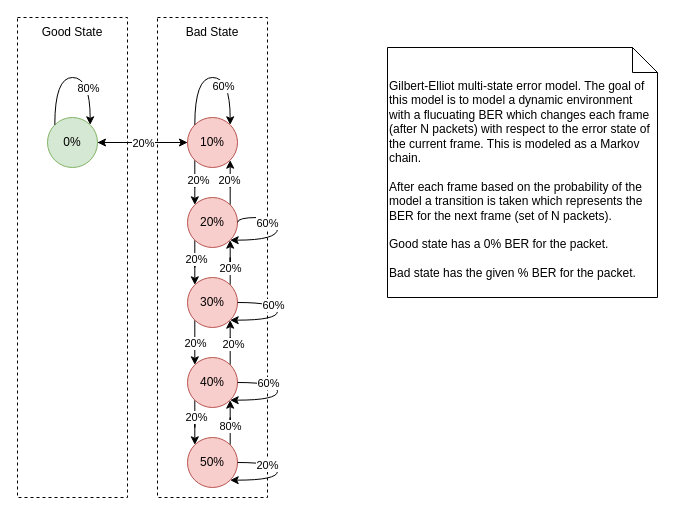
Above: error_markov_model.drawio in jason-gerard/Adaptive-FEC-WebRTC (draw.io), before the change. Source tidied: cells renumbered, new cells numbered last; positions are measured from the earlier drawing's top-left corner, leaving out a move shared by most shapes. Both pictures are drawn from the tidied source at 100%, with x=0, y=0 at pixel (17, 17).
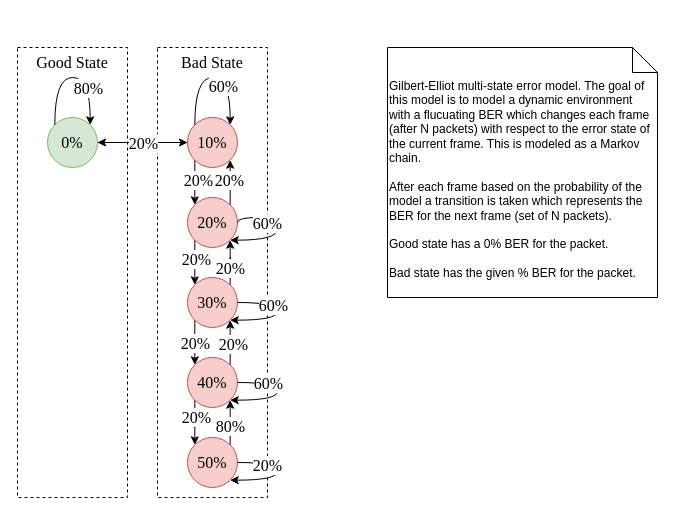
The same diagram, later.

Diff of the diagram source:
```diff
@@
-    <mxCell id="2" style="rounded=0;whiteSpace=wrap;html=1;fillColor=none;dashed=1;" parent="1" vertex="1">
-      <mxGeometry width="110" height="480" as="geometry" />
+    <mxCell id="2" style="rounded=0;whiteSpace=wrap;html=1;fillColor=none;dashed=1;fontFamily=Times New Roman;fontSize=16;" parent="1" vertex="1">
+      <mxGeometry y="30" width="110" height="450" as="geometry" />
     </mxCell>
-    <mxCell id="3" style="rounded=0;whiteSpace=wrap;html=1;fillColor=none;dashed=1;" parent="1" vertex="1">
-      <mxGeometry x="140" width="110" height="480" as="geometry" />
+    <mxCell id="3" style="rounded=0;whiteSpace=wrap;html=1;fillColor=none;dashed=1;fontFamily=Times New Roman;fontSize=16;" parent="1" vertex="1">
+      <mxGeometry x="140" y="30" width="110" height="450" as="geometry" />
     </mxCell>
-    <mxCell id="4" style="edgeStyle=orthogonalEdgeStyle;rounded=0;jettySize=auto;html=1;exitX=1;exitY=0.5;exitDx=0;exitDy=0;curved=1;" parent="1" edge="1" source="5" target="10">
+    <mxCell id="4" style="edgeStyle=orthogonalEdgeStyle;rounded=0;jettySize=auto;html=1;exitX=1;exitY=0.5;exitDx=0;exitDy=0;curved=1;fontFamily=Times New Roman;fontSize=16;" parent="1" edge="1" source="5" target="10">
       <mxGeometry relative="1" as="geometry">
         <Array as="points">
           <mxPoint x="90" y="125" />
         </Array>
       </mxGeometry>
     </mxCell>
-    <mxCell id="5" value="0%" style="ellipse;whiteSpace=wrap;html=1;fillColor=#d5e8d4;strokeColor=#82b366;" parent="1" vertex="1">
+    <mxCell id="5" value="0%" style="ellipse;whiteSpace=wrap;html=1;fillColor=#d5e8d4;strokeColor=#82b366;fontFamily=Times New Roman;fontSize=16;" parent="1" vertex="1">
       <mxGeometry x="30" y="100" width="50" height="50" as="geometry" />
     </mxCell>
-    <mxCell id="6" style="edgeStyle=orthogonalEdgeStyle;rounded=0;jettySize=auto;html=1;exitX=0;exitY=1;exitDx=0;exitDy=0;entryX=0;entryY=0;entryDx=0;entryDy=0;" parent="1" edge="1" source="10" target="15">
+    <mxCell id="6" style="edgeStyle=orthogonalEdgeStyle;rounded=0;jettySize=auto;html=1;exitX=0;exitY=1;exitDx=0;exitDy=0;entryX=0;entryY=0;entryDx=0;entryDy=0;fontFamily=Times New Roman;fontSize=16;" parent="1" edge="1" source="10" target="15">
       <mxGeometry relative="1" as="geometry" />
     </mxCell>
-    <mxCell id="7" value="20%" style="edgeLabel;html=1;align=center;verticalAlign=middle;" parent="6" vertex="1">
+    <mxCell id="7" value="20%" style="edgeLabel;html=1;align=center;verticalAlign=middle;fontFamily=Times New Roman;fontSize=16;" parent="6" vertex="1">
       <mxGeometry x="0.34" y="-3" relative="1" as="geometry">
         <mxPoint x="6" y="-3" as="offset" />
       </mxGeometry>
     </mxCell>
-    <mxCell id="8" style="edgeStyle=orthogonalEdgeStyle;rounded=0;jettySize=auto;html=1;exitX=0;exitY=0.5;exitDx=0;exitDy=0;entryX=1;entryY=0.5;entryDx=0;entryDy=0;curved=1;" parent="1" edge="1" source="10" target="5">
+    <mxCell id="8" style="edgeStyle=orthogonalEdgeStyle;rounded=0;jettySize=auto;html=1;exitX=0;exitY=0.5;exitDx=0;exitDy=0;entryX=1;entryY=0.5;entryDx=0;entryDy=0;curved=1;fontFamily=Times New Roman;fontSize=16;" parent="1" edge="1" source="10" target="5">
       <mxGeometry relative="1" as="geometry" />
     </mxCell>
-    <mxCell id="9" value="20%" style="edgeLabel;html=1;align=center;verticalAlign=middle;" parent="8" vertex="1">
+    <mxCell id="9" value="20%" style="edgeLabel;html=1;align=center;verticalAlign=middle;fontFamily=Times New Roman;fontSize=16;" parent="8" vertex="1">
       <mxGeometry x="0.31" y="-2" relative="1" as="geometry">
         <mxPoint x="14" y="2" as="offset" />
       </mxGeometry>
     </mxCell>
-    <mxCell id="10" value="10%" style="ellipse;whiteSpace=wrap;html=1;fillColor=#f8cecc;strokeColor=#b85450;" parent="1" vertex="1">
+    <mxCell id="10" value="10%" style="ellipse;whiteSpace=wrap;html=1;fillColor=#f8cecc;strokeColor=#b85450;fontFamily=Times New Roman;fontSize=16;" parent="1" vertex="1">
       <mxGeometry x="170" y="100" width="50" height="50" as="geometry" />
     </mxCell>
-    <mxCell id="11" style="edgeStyle=orthogonalEdgeStyle;rounded=0;jettySize=auto;html=1;exitX=1;exitY=0;exitDx=0;exitDy=0;entryX=1;entryY=1;entryDx=0;entryDy=0;" parent="1" edge="1" source="15" target="10">
+    <mxCell id="11" style="edgeStyle=orthogonalEdgeStyle;rounded=0;jettySize=auto;html=1;exitX=1;exitY=0;exitDx=0;exitDy=0;entryX=1;entryY=1;entryDx=0;entryDy=0;fontFamily=Times New Roman;fontSize=16;" parent="1" edge="1" source="15" target="10">
       <mxGeometry relative="1" as="geometry" />
     </mxCell>
-    <mxCell id="12" value="20%" style="edgeLabel;html=1;align=center;verticalAlign=middle;" parent="11" vertex="1">
+    <mxCell id="12" value="20%" style="edgeLabel;html=1;align=center;verticalAlign=middle;fontFamily=Times New Roman;fontSize=16;" parent="11" vertex="1">
       <mxGeometry x="0.38" y="1" relative="1" as="geometry" />
     </mxCell>
-    <mxCell id="13" style="edgeStyle=orthogonalEdgeStyle;rounded=0;jettySize=auto;html=1;exitX=0;exitY=1;exitDx=0;exitDy=0;entryX=0;entryY=0;entryDx=0;entryDy=0;" parent="1" edge="1" source="15" target="20">
+    <mxCell id="13" style="edgeStyle=orthogonalEdgeStyle;rounded=0;jettySize=auto;html=1;exitX=0;exitY=1;exitDx=0;exitDy=0;entryX=0;entryY=0;entryDx=0;entryDy=0;fontFamily=Times New Roman;fontSize=16;" parent="1" edge="1" source="15" target="20">
       <mxGeometry relative="1" as="geometry" />
     </mxCell>
-    <mxCell id="14" value="20%" style="edgeLabel;html=1;align=center;verticalAlign=middle;" parent="13" vertex="1">
+    <mxCell id="14" value="20%" style="edgeLabel;html=1;align=center;verticalAlign=middle;fontFamily=Times New Roman;fontSize=16;" parent="13" vertex="1">
       <mxGeometry x="-0.41" y="1" relative="1" as="geometry" />
     </mxCell>
-    <mxCell id="15" value="20%" style="ellipse;whiteSpace=wrap;html=1;fillColor=#f8cecc;strokeColor=#b85450;" parent="1" vertex="1">
+    <mxCell id="15" value="20%" style="ellipse;whiteSpace=wrap;html=1;fillColor=#f8cecc;strokeColor=#b85450;fontFamily=Times New Roman;fontSize=16;" parent="1" vertex="1">
       <mxGeometry x="170" y="180" width="50" height="50" as="geometry" />
     </mxCell>
-    <mxCell id="16" style="edgeStyle=orthogonalEdgeStyle;rounded=0;jettySize=auto;html=1;exitX=1;exitY=0;exitDx=0;exitDy=0;entryX=1;entryY=1;entryDx=0;entryDy=0;" parent="1" edge="1" source="20" target="15">
+    <mxCell id="16" style="edgeStyle=orthogonalEdgeStyle;rounded=0;jettySize=auto;html=1;exitX=1;exitY=0;exitDx=0;exitDy=0;entryX=1;entryY=1;entryDx=0;entryDy=0;fontFamily=Times New Roman;fontSize=16;" parent="1" edge="1" source="20" target="15">
       <mxGeometry relative="1" as="geometry" />
     </mxCell>
-    <mxCell id="17" value="20%" style="edgeLabel;html=1;align=center;verticalAlign=middle;" parent="16" vertex="1">
+    <mxCell id="17" value="20%" style="edgeLabel;html=1;align=center;verticalAlign=middle;fontFamily=Times New Roman;fontSize=16;" parent="16" vertex="1">
       <mxGeometry x="-0.47" relative="1" as="geometry" />
     </mxCell>
-    <mxCell id="18" style="edgeStyle=orthogonalEdgeStyle;rounded=0;jettySize=auto;html=1;exitX=0;exitY=1;exitDx=0;exitDy=0;entryX=0;entryY=0;entryDx=0;entryDy=0;" parent="1" edge="1" source="20" target="25">
+    <mxCell id="18" style="edgeStyle=orthogonalEdgeStyle;rounded=0;jettySize=auto;html=1;exitX=0;exitY=1;exitDx=0;exitDy=0;entryX=0;entryY=0;entryDx=0;entryDy=0;fontFamily=Times New Roman;fontSize=16;" parent="1" edge="1" source="20" target="25">
       <mxGeometry relative="1" as="geometry" />
     </mxCell>
-    <mxCell id="19" value="20%" style="edgeLabel;html=1;align=center;verticalAlign=middle;" parent="18" vertex="1">
+    <mxCell id="19" value="20%" style="edgeLabel;html=1;align=center;verticalAlign=middle;fontFamily=Times New Roman;fontSize=16;" parent="18" vertex="1">
       <mxGeometry x="-0.02" relative="1" as="geometry" />
     </mxCell>
-    <mxCell id="20" value="30%" style="ellipse;whiteSpace=wrap;html=1;fillColor=#f8cecc;strokeColor=#b85450;" parent="1" vertex="1">
+    <mxCell id="20" value="30%" style="ellipse;whiteSpace=wrap;html=1;fillColor=#f8cecc;strokeColor=#b85450;fontFamily=Times New Roman;fontSize=16;" parent="1" vertex="1">
       <mxGeometry x="170" y="260" width="50" height="50" as="geometry" />
     </mxCell>
-    <mxCell id="21" style="edgeStyle=orthogonalEdgeStyle;rounded=0;jettySize=auto;html=1;exitX=1;exitY=0;exitDx=0;exitDy=0;entryX=1;entryY=1;entryDx=0;entryDy=0;" parent="1" edge="1" source="25" target="20">
+    <mxCell id="21" style="edgeStyle=orthogonalEdgeStyle;rounded=0;jettySize=auto;html=1;exitX=1;exitY=0;exitDx=0;exitDy=0;entryX=1;entryY=1;entryDx=0;entryDy=0;fontFamily=Times New Roman;fontSize=16;" parent="1" edge="1" source="25" target="20">
       <mxGeometry relative="1" as="geometry" />
     </mxCell>
-    <mxCell id="22" value="20%" style="edgeLabel;html=1;align=center;verticalAlign=middle;" parent="21" vertex="1">
+    <mxCell id="22" value="20%" style="edgeLabel;html=1;align=center;verticalAlign=middle;fontFamily=Times New Roman;fontSize=16;" parent="21" vertex="1">
       <mxGeometry x="0.04" y="3" relative="1" as="geometry" />
     </mxCell>
-    <mxCell id="23" style="edgeStyle=orthogonalEdgeStyle;rounded=0;jettySize=auto;html=1;exitX=0;exitY=1;exitDx=0;exitDy=0;entryX=0;entryY=0;entryDx=0;entryDy=0;" parent="1" edge="1" source="25" target="28">
+    <mxCell id="23" style="edgeStyle=orthogonalEdgeStyle;rounded=0;jettySize=auto;html=1;exitX=0;exitY=1;exitDx=0;exitDy=0;entryX=0;entryY=0;entryDx=0;entryDy=0;fontFamily=Times New Roman;fontSize=16;" parent="1" edge="1" source="25" target="28">
       <mxGeometry relative="1" as="geometry" />
     </mxCell>
-    <mxCell id="24" value="20%" style="edgeLabel;html=1;align=center;verticalAlign=middle;" parent="23" vertex="1">
+    <mxCell id="24" value="20%" style="edgeLabel;html=1;align=center;verticalAlign=middle;fontFamily=Times New Roman;fontSize=16;" parent="23" vertex="1">
       <mxGeometry x="-0.46" y="1" relative="1" as="geometry" />
     </mxCell>
-    <mxCell id="25" value="40%" style="ellipse;whiteSpace=wrap;html=1;fillColor=#f8cecc;strokeColor=#b85450;" parent="1" vertex="1">
+    <mxCell id="25" value="40%" style="ellipse;whiteSpace=wrap;html=1;fillColor=#f8cecc;strokeColor=#b85450;fontFamily=Times New Roman;fontSize=16;" parent="1" vertex="1">
       <mxGeometry x="170" y="340" width="50" height="50" as="geometry" />
     </mxCell>
-    <mxCell id="26" style="edgeStyle=orthogonalEdgeStyle;rounded=0;jettySize=auto;html=1;exitX=1;exitY=0;exitDx=0;exitDy=0;entryX=1;entryY=1;entryDx=0;entryDy=0;" parent="1" edge="1" source="28" target="25">
+    <mxCell id="26" style="edgeStyle=orthogonalEdgeStyle;rounded=0;jettySize=auto;html=1;exitX=1;exitY=0;exitDx=0;exitDy=0;entryX=1;entryY=1;entryDx=0;entryDy=0;fontFamily=Times New Roman;fontSize=16;" parent="1" edge="1" source="28" target="25">
       <mxGeometry relative="1" as="geometry" />
     </mxCell>
-    <mxCell id="27" value="80%" style="edgeLabel;html=1;align=center;verticalAlign=middle;" parent="26" vertex="1">
+    <mxCell id="27" value="80%" style="edgeLabel;html=1;align=center;verticalAlign=middle;fontFamily=Times New Roman;fontSize=16;" parent="26" vertex="1">
       <mxGeometry x="-0.42" relative="1" as="geometry" />
     </mxCell>
-    <mxCell id="28" value="50%" style="ellipse;whiteSpace=wrap;html=1;fillColor=#f8cecc;strokeColor=#b85450;" parent="1" vertex="1">
+    <mxCell id="28" value="50%" style="ellipse;whiteSpace=wrap;html=1;fillColor=#f8cecc;strokeColor=#b85450;fontFamily=Times New Roman;fontSize=16;" parent="1" vertex="1">
       <mxGeometry x="170" y="420" width="50" height="50" as="geometry" />
     </mxCell>
-    <mxCell id="29" style="edgeStyle=orthogonalEdgeStyle;rounded=0;orthogonalLoop=1;jettySize=auto;html=1;exitX=0;exitY=0;exitDx=0;exitDy=0;entryX=1;entryY=0;entryDx=0;entryDy=0;curved=1;" parent="1" edge="1" source="5" target="5">
+    <mxCell id="29" style="edgeStyle=orthogonalEdgeStyle;rounded=0;orthogonalLoop=1;jettySize=auto;html=1;exitX=0;exitY=0;exitDx=0;exitDy=0;entryX=1;entryY=0;entryDx=0;entryDy=0;curved=1;fontFamily=Times New Roman;fontSize=16;" parent="1" edge="1" source="5" target="5">
       <mxGeometry relative="1" as="geometry">
         <Array as="points">
           <mxPoint x="37" y="60" />
           <mxPoint x="73" y="60" />
         </Array>
       </mxGeometry>
     </mxCell>
-    <mxCell id="30" value="80%" style="edgeLabel;html=1;align=center;verticalAlign=middle;" parent="29" vertex="1">
+    <mxCell id="30" value="80%" style="edgeLabel;html=1;align=center;verticalAlign=middle;fontFamily=Times New Roman;fontSize=16;" parent="29" vertex="1">
       <mxGeometry x="-0.34" y="-6" relative="1" as="geometry">
         <mxPoint x="27" y="6" as="offset" />
       </mxGeometry>
     </mxCell>
-    <mxCell id="31" style="edgeStyle=orthogonalEdgeStyle;rounded=0;orthogonalLoop=1;jettySize=auto;html=1;exitX=0;exitY=0;exitDx=0;exitDy=0;entryX=1;entryY=0;entryDx=0;entryDy=0;curved=1;" parent="1" edge="1" source="10" target="10">
+    <mxCell id="31" style="edgeStyle=orthogonalEdgeStyle;rounded=0;orthogonalLoop=1;jettySize=auto;html=1;exitX=0;exitY=0;exitDx=0;exitDy=0;entryX=1;entryY=0;entryDx=0;entryDy=0;curved=1;fontFamily=Times New Roman;fontSize=16;" parent="1" edge="1" source="10" target="10">
       <mxGeometry relative="1" as="geometry">
         <Array as="points">
           <mxPoint x="177" y="60" />
           <mxPoint x="213" y="60" />
         </Array>
       </mxGeometry>
     </mxCell>
-    <mxCell id="32" value="60%" style="edgeLabel;html=1;align=center;verticalAlign=middle;" parent="31" vertex="1">
+    <mxCell id="32" value="60%" style="edgeLabel;html=1;align=center;verticalAlign=middle;fontFamily=Times New Roman;fontSize=16;" parent="31" vertex="1">
       <mxGeometry x="0.4" y="-7" relative="1" as="geometry" />
     </mxCell>
-    <mxCell id="33" style="edgeStyle=orthogonalEdgeStyle;rounded=0;orthogonalLoop=1;jettySize=auto;html=1;exitX=1;exitY=0.5;exitDx=0;exitDy=0;entryX=1;entryY=1;entryDx=0;entryDy=0;curved=1;" parent="1" edge="1" source="15" target="15">
+    <mxCell id="33" style="edgeStyle=orthogonalEdgeStyle;rounded=0;orthogonalLoop=1;jettySize=auto;html=1;exitX=1;exitY=0.5;exitDx=0;exitDy=0;entryX=1;entryY=1;entryDx=0;entryDy=0;curved=1;fontFamily=Times New Roman;fontSize=16;" parent="1" edge="1" source="15" target="15">
       <mxGeometry relative="1" as="geometry">
         <Array as="points">
           <mxPoint x="220" y="200" />
           <mxPoint x="260" y="200" />
           <mxPoint x="260" y="223" />
         </Array>
       </mxGeometry>
     </mxCell>
-    <mxCell id="34" value="60%" style="edgeLabel;html=1;align=center;verticalAlign=middle;" parent="33" vertex="1">
+    <mxCell id="34" value="60%" style="edgeLabel;html=1;align=center;verticalAlign=middle;fontFamily=Times New Roman;fontSize=16;" parent="33" vertex="1">
       <mxGeometry x="-0.41" y="-5" relative="1" as="geometry" />
     </mxCell>
-    <mxCell id="35" value="Good State" style="text;html=1;strokeColor=none;fillColor=none;align=center;verticalAlign=middle;whiteSpace=wrap;rounded=0;" parent="1" vertex="1">
-      <mxGeometry width="110" height="30" as="geometry" />
+    <mxCell id="35" value="Good State" style="text;html=1;strokeColor=none;fillColor=none;align=center;verticalAlign=middle;whiteSpace=wrap;rounded=0;fontFamily=Times New Roman;fontSize=16;" parent="1" vertex="1">
+      <mxGeometry y="30" width="110" height="30" as="geometry" />
     </mxCell>
-    <mxCell id="36" value="Bad State" style="text;html=1;strokeColor=none;fillColor=none;align=center;verticalAlign=middle;whiteSpace=wrap;rounded=0;" parent="1" vertex="1">
-      <mxGeometry x="140" width="110" height="30" as="geometry" />
+    <mxCell id="36" value="Bad State" style="text;html=1;strokeColor=none;fillColor=none;align=center;verticalAlign=middle;whiteSpace=wrap;rounded=0;fontFamily=Times New Roman;fontSize=16;" parent="1" vertex="1">
+      <mxGeometry x="140" y="30" width="110" height="30" as="geometry" />
     </mxCell>
@@
-    <mxCell id="38" style="edgeStyle=orthogonalEdgeStyle;rounded=0;orthogonalLoop=1;jettySize=auto;html=1;exitX=1;exitY=0.5;exitDx=0;exitDy=0;entryX=1;entryY=1;entryDx=0;entryDy=0;elbow=vertical;curved=1;" parent="1" edge="1" source="20" target="20">
+    <mxCell id="38" style="edgeStyle=orthogonalEdgeStyle;rounded=0;orthogonalLoop=1;jettySize=auto;html=1;exitX=1;exitY=0.5;exitDx=0;exitDy=0;entryX=1;entryY=1;entryDx=0;entryDy=0;elbow=vertical;curved=1;fontFamily=Times New Roman;fontSize=16;" parent="1" edge="1" source="20" target="20">
       <mxGeometry relative="1" as="geometry">
         <Array as="points">
           <mxPoint x="260" y="285" />
           <mxPoint x="260" y="303" />
         </Array>
       </mxGeometry>
     </mxCell>
-    <mxCell id="39" value="60%" style="edgeLabel;html=1;align=center;verticalAlign=middle;" parent="38" vertex="1">
+    <mxCell id="39" value="60%" style="edgeLabel;html=1;align=center;verticalAlign=middle;fontFamily=Times New Roman;fontSize=16;" parent="38" vertex="1">
       <mxGeometry x="-0.33" y="-2" relative="1" as="geometry" />
     </mxCell>
-    <mxCell id="40" style="edgeStyle=orthogonalEdgeStyle;rounded=0;orthogonalLoop=1;jettySize=auto;html=1;exitX=1;exitY=0.5;exitDx=0;exitDy=0;entryX=1;entryY=1;entryDx=0;entryDy=0;curved=1;" parent="1" edge="1" source="25" target="25">
+    <mxCell id="40" style="edgeStyle=orthogonalEdgeStyle;rounded=0;orthogonalLoop=1;jettySize=auto;html=1;exitX=1;exitY=0.5;exitDx=0;exitDy=0;entryX=1;entryY=1;entryDx=0;entryDy=0;curved=1;fontFamily=Times New Roman;fontSize=16;" parent="1" edge="1" source="25" target="25">
       <mxGeometry relative="1" as="geometry">
         <Array as="points">
           <mxPoint x="260" y="365" />
           <mxPoint x="260" y="383" />
         </Array>
       </mxGeometry>
     </mxCell>
-    <mxCell id="41" value="60%" style="edgeLabel;html=1;align=center;verticalAlign=middle;" parent="40" vertex="1">
+    <mxCell id="41" value="60%" style="edgeLabel;html=1;align=center;verticalAlign=middle;fontFamily=Times New Roman;fontSize=16;" parent="40" vertex="1">
       <mxGeometry x="-0.35" y="-4" relative="1" as="geometry">
         <mxPoint x="-4" y="-4" as="offset" />
       </mxGeometry>
     </mxCell>
-    <mxCell id="42" style="edgeStyle=orthogonalEdgeStyle;rounded=0;orthogonalLoop=1;jettySize=auto;html=1;exitX=1;exitY=0.5;exitDx=0;exitDy=0;entryX=1;entryY=1;entryDx=0;entryDy=0;curved=1;" parent="1" edge="1" source="28" target="28">
+    <mxCell id="42" style="edgeStyle=orthogonalEdgeStyle;rounded=0;orthogonalLoop=1;jettySize=auto;html=1;exitX=1;exitY=0.5;exitDx=0;exitDy=0;entryX=1;entryY=1;entryDx=0;entryDy=0;curved=1;fontFamily=Times New Roman;fontSize=16;" parent="1" edge="1" source="28" target="28">
       <mxGeometry relative="1" as="geometry">
         <Array as="points">
           <mxPoint x="260" y="445" />
           <mxPoint x="260" y="463" />
         </Array>
       </mxGeometry>
     </mxCell>
-    <mxCell id="43" value="20%" style="edgeLabel;html=1;align=center;verticalAlign=middle;" parent="42" vertex="1">
+    <mxCell id="43" value="20%" style="edgeLabel;html=1;align=center;verticalAlign=middle;fontFamily=Times New Roman;fontSize=16;" parent="42" vertex="1">
       <mxGeometry x="-0.45" y="-2" relative="1" as="geometry" />
     </mxCell>
```
